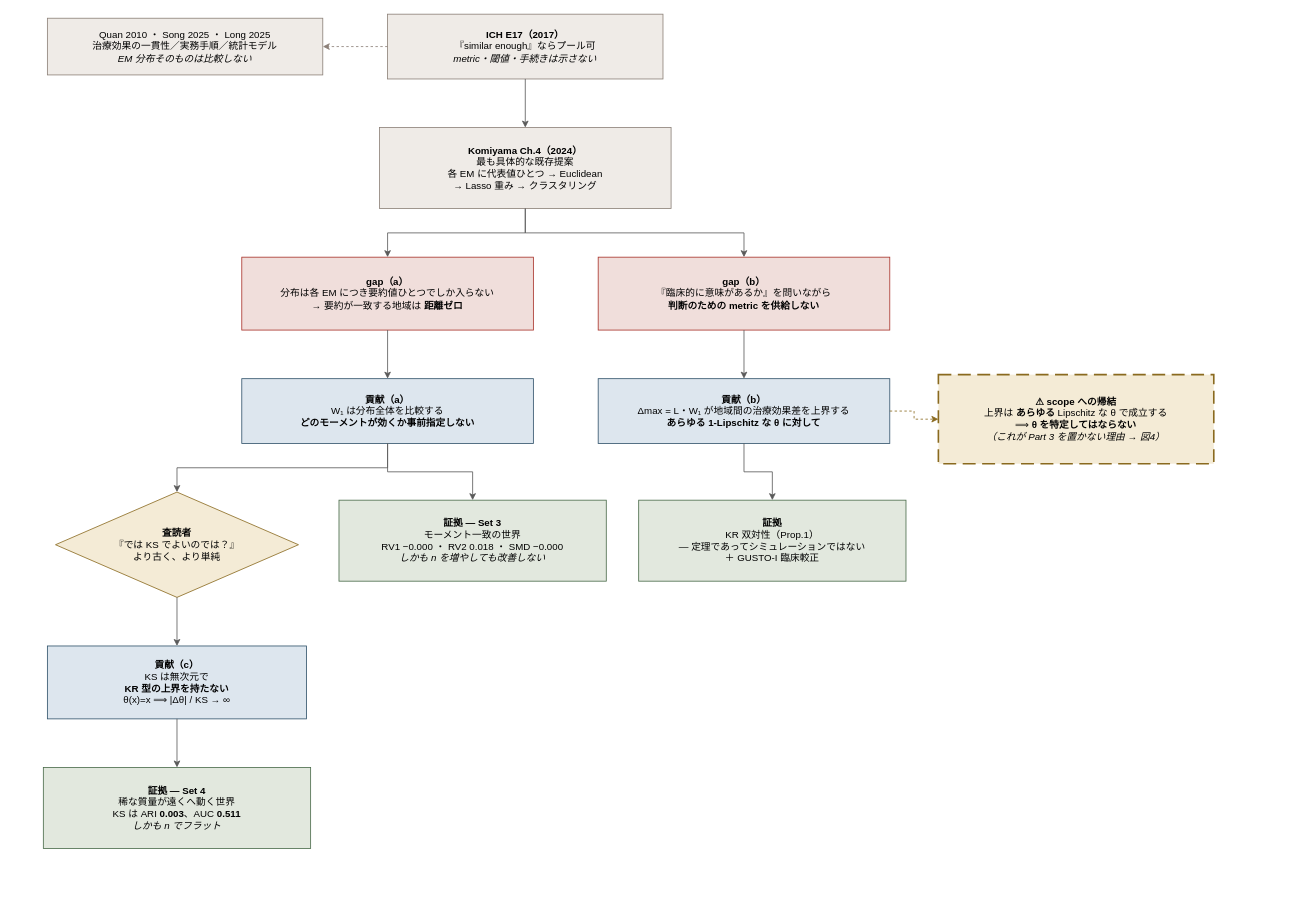
Before: page "図1 論証の鎖" (2 of 7) of projects/similarity-metric/paper_logic_ja.drawio in tnagakubo/similarity_metrics, a draw.io diagram. Source tidied: cells renumbered, new cells numbered last; positions are measured from the earlier drawing's top-left corner, leaving out a move shared by most shapes. Both pictures are drawn from the tidied source at 81%, with x=0, y=0 at pixel (43, 14).
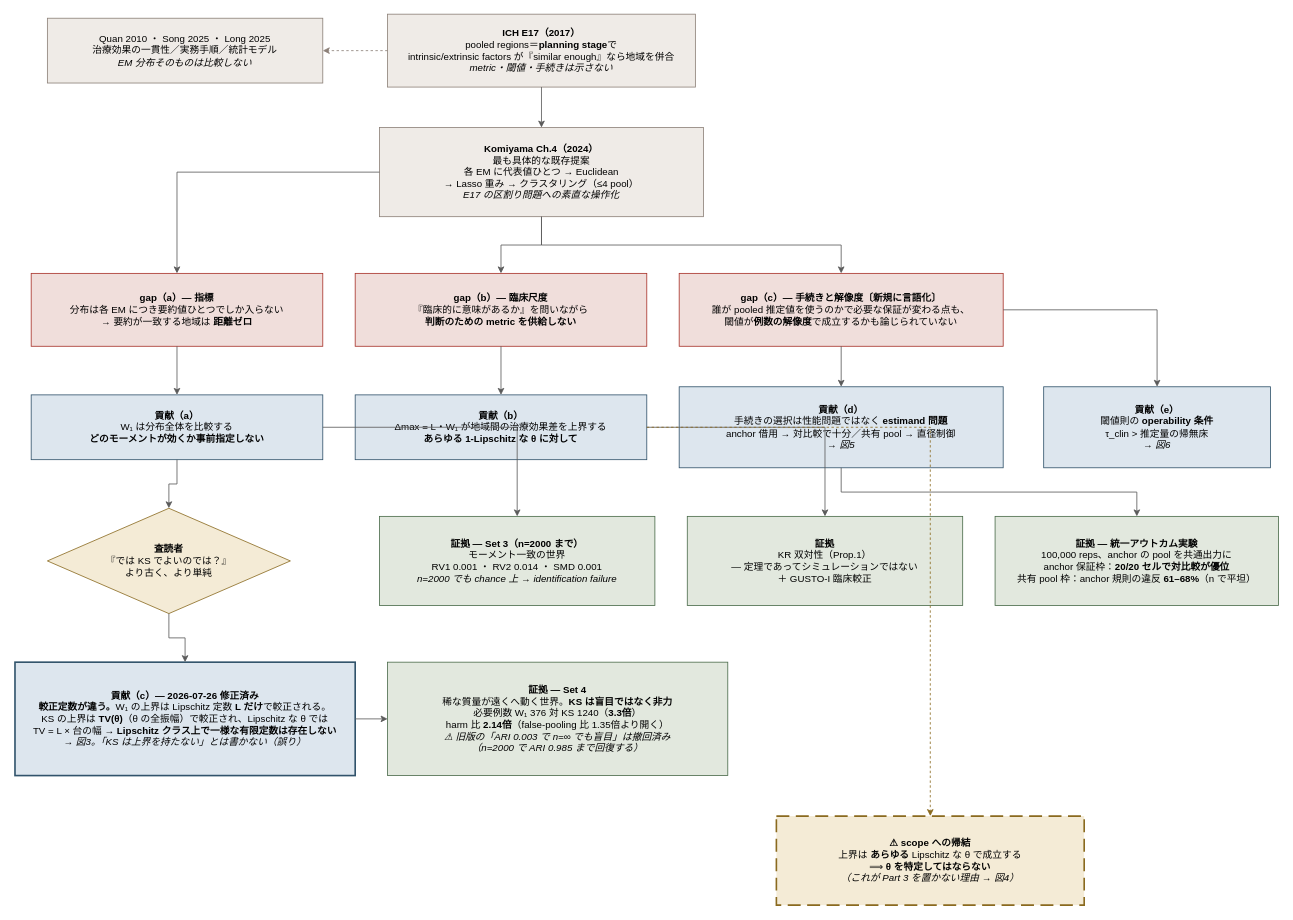
After the change.

Diff of the diagram source:
```diff
@@
-    <mxCell id="2" value="&lt;b&gt;ICH E17（2017）&lt;/b&gt;&lt;br&gt;『similar enough』ならプール可&lt;br&gt;&lt;i&gt;metric・閾値・手続きは示さない&lt;/i&gt;" style="rounded=0;whiteSpace=wrap;html=1;fillColor=#EFEBE7;strokeColor=#8C8078;fontFamily=Yu Gothic;fontSize=12;align=center;verticalAlign=middle;" parent="1" vertex="1">
-      <mxGeometry x="425" width="340" height="80" as="geometry" />
+    <mxCell id="2" value="&lt;b&gt;ICH E17（2017）&lt;/b&gt;&lt;br&gt;pooled regions＝&lt;b&gt;planning stage&lt;/b&gt;で&lt;br&gt;intrinsic/extrinsic factors が『similar enough』なら地域を併合&lt;br&gt;&lt;i&gt;metric・閾値・手続きは示さない&lt;/i&gt;" style="rounded=0;whiteSpace=wrap;html=1;fillColor=#EFEBE7;strokeColor=#8C8078;fontFamily=Yu Gothic;fontSize=12;align=center;verticalAlign=middle;" parent="1" vertex="1">
+      <mxGeometry x="425" width="380" height="90" as="geometry" />
     </mxCell>
     <mxCell id="3" value="Quan 2010 ・ Song 2025 ・ Long 2025&lt;br&gt;治療効果の一貫性／実務手順／統計モデル&lt;br&gt;&lt;i&gt;EM 分布そのものは比較しない&lt;/i&gt;" style="rounded=0;whiteSpace=wrap;html=1;fillColor=#EFEBE7;strokeColor=#8C8078;fontFamily=Yu Gothic;fontSize=12;align=center;" parent="1" vertex="1">
-      <mxGeometry x="5" y="5" width="340" height="70" as="geometry" />
+      <mxGeometry x="5" y="5" width="340" height="80" as="geometry" />
     </mxCell>
-    <mxCell id="4" value="&lt;b&gt;Komiyama Ch.4（2024）&lt;/b&gt;&lt;br&gt;最も具体的な既存提案&lt;br&gt;各 EM に代表値ひとつ → Euclidean&lt;br&gt;→ Lasso 重み → クラスタリング" style="rounded=0;whiteSpace=wrap;html=1;fillColor=#EFEBE7;strokeColor=#8C8078;fontFamily=Yu Gothic;fontSize=12;align=center;" parent="1" vertex="1">
-      <mxGeometry x="415" y="140" width="360" height="100" as="geometry" />
+    <mxCell id="4" value="&lt;b&gt;Komiyama Ch.4（2024）&lt;/b&gt;&lt;br&gt;最も具体的な既存提案&lt;br&gt;各 EM に代表値ひとつ → Euclidean&lt;br&gt;→ Lasso 重み → クラスタリング（≤4 pool）&lt;br&gt;&lt;i&gt;E17 の区割り問題への素直な操作化&lt;/i&gt;" style="rounded=0;whiteSpace=wrap;html=1;fillColor=#EFEBE7;strokeColor=#8C8078;fontFamily=Yu Gothic;fontSize=12;align=center;" parent="1" vertex="1">
+      <mxGeometry x="415" y="140" width="400" height="110" as="geometry" />
     </mxCell>
-    <mxCell id="5" value="&lt;b&gt;gap（a）&lt;/b&gt;&lt;br&gt;分布は各 EM につき要約値ひとつでしか入らない&lt;br&gt;→ 要約が一致する地域は &lt;b&gt;距離ゼロ&lt;/b&gt;" style="rounded=0;whiteSpace=wrap;html=1;fillColor=#F0DEDB;strokeColor=#A8322A;fontFamily=Yu Gothic;fontSize=12;align=center;" parent="1" vertex="1">
-      <mxGeometry x="245" y="300" width="360" height="90" as="geometry" />
+    <mxCell id="5" value="&lt;b&gt;gap（a）— 指標&lt;/b&gt;&lt;br&gt;分布は各 EM につき要約値ひとつでしか入らない&lt;br&gt;→ 要約が一致する地域は &lt;b&gt;距離ゼロ&lt;/b&gt;" style="rounded=0;whiteSpace=wrap;html=1;fillColor=#F0DEDB;strokeColor=#A8322A;fontFamily=Yu Gothic;fontSize=12;align=center;" parent="1" vertex="1">
+      <mxGeometry x="-15" y="320" width="360" height="90" as="geometry" />
     </mxCell>
-    <mxCell id="6" value="&lt;b&gt;gap（b）&lt;/b&gt;&lt;br&gt;『臨床的に意味があるか』を問いながら&lt;br&gt;&lt;b&gt;判断のための metric を供給しない&lt;/b&gt;" style="rounded=0;whiteSpace=wrap;html=1;fillColor=#F0DEDB;strokeColor=#A8322A;fontFamily=Yu Gothic;fontSize=12;align=center;" parent="1" vertex="1">
-      <mxGeometry x="685" y="300" width="360" height="90" as="geometry" />
+    <mxCell id="6" value="&lt;b&gt;gap（b）— 臨床尺度&lt;/b&gt;&lt;br&gt;『臨床的に意味があるか』を問いながら&lt;br&gt;&lt;b&gt;判断のための metric を供給しない&lt;/b&gt;" style="rounded=0;whiteSpace=wrap;html=1;fillColor=#F0DEDB;strokeColor=#A8322A;fontFamily=Yu Gothic;fontSize=12;align=center;" parent="1" vertex="1">
+      <mxGeometry x="385" y="320" width="360" height="90" as="geometry" />
     </mxCell>
+    <mxCell id="27" value="&lt;b&gt;gap（c）— 手続きと解像度〔新規に言語化〕&lt;/b&gt;&lt;br&gt;誰が pooled 推定値を使うのかで必要な保証が変わる点も、&lt;br&gt;閾値が&lt;b&gt;例数の解像度&lt;/b&gt;で成立するかも論じられていない" style="rounded=0;whiteSpace=wrap;html=1;fillColor=#F0DEDB;strokeColor=#A8322A;fontFamily=Yu Gothic;fontSize=12;align=center;" parent="1" vertex="1">
+      <mxGeometry x="785" y="320" width="400" height="90" as="geometry" />
+    </mxCell>
     <mxCell id="7" value="&lt;b&gt;貢献（a）&lt;/b&gt;&lt;br&gt;W₁ は分布全体を比較する&lt;br&gt;&lt;b&gt;どのモーメントが効くか事前指定しない&lt;/b&gt;" style="rounded=0;whiteSpace=wrap;html=1;fillColor=#DDE6EE;strokeColor=#31536B;fontFamily=Yu Gothic;fontSize=12;align=center;" parent="1" vertex="1">
-      <mxGeometry x="245" y="450" width="360" height="80" as="geometry" />
+      <mxGeometry x="-15" y="470" width="360" height="80" as="geometry" />
     </mxCell>
     <mxCell id="8" value="&lt;b&gt;貢献（b）&lt;/b&gt;&lt;br&gt;Δmax = L・W₁ が地域間の治療効果差を上界する&lt;br&gt;&lt;b&gt;あらゆる 1-Lipschitz な θ に対して&lt;/b&gt;" style="rounded=0;whiteSpace=wrap;html=1;fillColor=#DDE6EE;strokeColor=#31536B;fontFamily=Yu Gothic;fontSize=12;align=center;" parent="1" vertex="1">
-      <mxGeometry x="685" y="450" width="360" height="80" as="geometry" />
+      <mxGeometry x="385" y="470" width="360" height="80" as="geometry" />
     </mxCell>
+    <mxCell id="28" value="&lt;b&gt;貢献（d）&lt;/b&gt;&lt;br&gt;手続きの選択は性能問題ではなく &lt;b&gt;estimand 問題&lt;/b&gt;&lt;br&gt;anchor 借用 → 対比較で十分／共有 pool → 直径制御&lt;br&gt;&lt;i&gt;→ 図5&lt;/i&gt;" style="rounded=0;whiteSpace=wrap;html=1;fillColor=#DDE6EE;strokeColor=#31536B;fontFamily=Yu Gothic;fontSize=12;align=center;" parent="1" vertex="1">
+      <mxGeometry x="785" y="460" width="400" height="100" as="geometry" />
+    </mxCell>
+    <mxCell id="29" value="&lt;b&gt;貢献（e）&lt;/b&gt;&lt;br&gt;閾値則の &lt;b&gt;operability 条件&lt;/b&gt;&lt;br&gt;τ_clin &gt; 推定量の帰無床&lt;br&gt;&lt;i&gt;→ 図6&lt;/i&gt;" style="rounded=0;whiteSpace=wrap;html=1;fillColor=#DDE6EE;strokeColor=#31536B;fontFamily=Yu Gothic;fontSize=12;align=center;" parent="1" vertex="1">
+      <mxGeometry x="1235" y="460" width="280" height="100" as="geometry" />
+    </mxCell>
     <mxCell id="9" value="&lt;b&gt;査読者&lt;/b&gt;&lt;br&gt;『では KS でよいのでは？』&lt;br&gt;より古く、より単純" style="rhombus;whiteSpace=wrap;html=1;fillColor=#F4EBD6;strokeColor=#8A6A1F;fontFamily=Yu Gothic;fontSize=12;align=center;" parent="1" vertex="1">
-      <mxGeometry x="15" y="590" width="300" height="130" as="geometry" />
+      <mxGeometry x="5" y="610" width="300" height="130" as="geometry" />
     </mxCell>
-    <mxCell id="10" value="&lt;b&gt;貢献（c）&lt;/b&gt;&lt;br&gt;KS は無次元で&lt;br&gt;&lt;b&gt;KR 型の上界を持たない&lt;/b&gt;&lt;br&gt;θ(x)=x ⟹ |Δθ| / KS → ∞" style="rounded=0;whiteSpace=wrap;html=1;fillColor=#DDE6EE;strokeColor=#31536B;fontFamily=Yu Gothic;fontSize=12;align=center;" parent="1" vertex="1">
-      <mxGeometry x="5" y="780" width="320" height="90" as="geometry" />
+    <mxCell id="10" value="&lt;b&gt;貢献（c）— 2026-07-26 修正済み&lt;/b&gt;&lt;br&gt;&lt;b&gt;較正定数が違う。&lt;/b&gt;W₁ の上界は Lipschitz 定数 &lt;b&gt;L だけ&lt;/b&gt;で較正される。&lt;br&gt;KS の上界は &lt;b&gt;TV(θ)&lt;/b&gt;（θ の全振幅）で較正され、Lipschitz な θ では&lt;br&gt;TV = L × 台の幅 → &lt;b&gt;Lipschitz クラス上で一様な有限定数は存在しない&lt;/b&gt;&lt;br&gt;&lt;i&gt;→ 図3。「KS は上界を持たない」とは書かない（誤り）&lt;/i&gt;" style="rounded=0;whiteSpace=wrap;html=1;fillColor=#DDE6EE;strokeColor=#31536B;strokeWidth=2;fontFamily=Yu Gothic;fontSize=12;align=center;" parent="1" vertex="1">
+      <mxGeometry x="-35" y="800" width="420" height="140" as="geometry" />
     </mxCell>
-    <mxCell id="11" value="&lt;b&gt;証拠 — Set 3&lt;/b&gt;&lt;br&gt;モーメント一致の世界&lt;br&gt;RV1 −0.000 ・ RV2 0.018 ・ SMD −0.000&lt;br&gt;&lt;i&gt;しかも n を増やしても改善しない&lt;/i&gt;" style="rounded=0;whiteSpace=wrap;html=1;fillColor=#E2E8DE;strokeColor=#4A6B4A;fontFamily=Yu Gothic;fontSize=12;align=center;" parent="1" vertex="1">
-      <mxGeometry x="365" y="600" width="330" height="100" as="geometry" />
+    <mxCell id="11" value="&lt;b&gt;証拠 — Set 3（n=2000 まで）&lt;/b&gt;&lt;br&gt;モーメント一致の世界&lt;br&gt;RV1 0.001 ・ RV2 0.014 ・ SMD 0.001&lt;br&gt;&lt;i&gt;n=2000 でも chance 上 → identification failure&lt;/i&gt;" style="rounded=0;whiteSpace=wrap;html=1;fillColor=#E2E8DE;strokeColor=#4A6B4A;fontFamily=Yu Gothic;fontSize=12;align=center;" parent="1" vertex="1">
+      <mxGeometry x="415" y="620" width="340" height="110" as="geometry" />
     </mxCell>
     <mxCell id="12" value="&lt;b&gt;証拠&lt;/b&gt;&lt;br&gt;KR 双対性（Prop.1）&lt;br&gt;— 定理であってシミュレーションではない&lt;br&gt;＋ GUSTO-I 臨床較正" style="rounded=0;whiteSpace=wrap;html=1;fillColor=#E2E8DE;strokeColor=#4A6B4A;fontFamily=Yu Gothic;fontSize=12;align=center;" parent="1" vertex="1">
-      <mxGeometry x="735" y="600" width="330" height="100" as="geometry" />
+      <mxGeometry x="795" y="620" width="340" height="110" as="geometry" />
     </mxCell>
+    <mxCell id="30" value="&lt;b&gt;証拠 — 統一アウトカム実験&lt;/b&gt;&lt;br&gt;100,000 reps、anchor の pool を共通出力に&lt;br&gt;anchor 保証枠：&lt;b&gt;20/20 セルで対比較が優位&lt;/b&gt;&lt;br&gt;共有 pool 枠：anchor 規則の違反 &lt;b&gt;61–68%&lt;/b&gt;（n で平坦）" style="rounded=0;whiteSpace=wrap;html=1;fillColor=#E2E8DE;strokeColor=#4A6B4A;fontFamily=Yu Gothic;fontSize=12;align=center;" parent="1" vertex="1">
+      <mxGeometry x="1175" y="620" width="350" height="110" as="geometry" />
+    </mxCell>
-    <mxCell id="13" value="&lt;b&gt;証拠 — Set 4&lt;/b&gt;&lt;br&gt;稀な質量が遠くへ動く世界&lt;br&gt;KS は ARI &lt;b&gt;0.003&lt;/b&gt;、AUC &lt;b&gt;0.511&lt;/b&gt;&lt;br&gt;&lt;i&gt;しかも n でフラット&lt;/i&gt;" style="rounded=0;whiteSpace=wrap;html=1;fillColor=#E2E8DE;strokeColor=#4A6B4A;fontFamily=Yu Gothic;fontSize=12;align=center;" parent="1" vertex="1">
-      <mxGeometry y="930" width="330" height="100" as="geometry" />
+    <mxCell id="13" value="&lt;b&gt;証拠 — Set 4&lt;/b&gt;&lt;br&gt;稀な質量が遠くへ動く世界。&lt;b&gt;KS は盲目ではなく非力&lt;/b&gt;&lt;br&gt;必要例数 W₁ 376 対 KS 1240（&lt;b&gt;3.3倍&lt;/b&gt;）&lt;br&gt;harm 比 &lt;b&gt;2.14倍&lt;/b&gt;（false-pooling 比 1.35倍より開く）&lt;br&gt;&lt;i&gt;⚠ 旧版の「ARI 0.003 で n=∞ でも盲目」は撤回済み&lt;br&gt;（n=2000 で ARI 0.985 まで回復する）&lt;/i&gt;" style="rounded=0;whiteSpace=wrap;html=1;fillColor=#E2E8DE;strokeColor=#4A6B4A;fontFamily=Yu Gothic;fontSize=12;align=center;" parent="1" vertex="1">
+      <mxGeometry x="425" y="800" width="420" height="140" as="geometry" />
     </mxCell>
     <mxCell id="14" value="&lt;b&gt;⚠ scope への帰結&lt;/b&gt;&lt;br&gt;上界は &lt;b&gt;あらゆる&lt;/b&gt; Lipschitz な θ で成立する&lt;br&gt;⟹ &lt;b&gt;θ を特定してはならない&lt;/b&gt;&lt;br&gt;&lt;i&gt;（これが Part 3 を置かない理由 → 図4）&lt;/i&gt;" style="rounded=0;whiteSpace=wrap;html=1;fillColor=#F4EBD6;strokeColor=#8A6A1F;strokeWidth=2;dashed=1;dashPattern=8 4;fontFamily=Yu Gothic;fontSize=12;align=center;" parent="1" vertex="1">
-      <mxGeometry x="1105" y="445" width="340" height="110" as="geometry" />
+      <mxGeometry x="905" y="990" width="380" height="110" as="geometry" />
     </mxCell>
@@
+    <mxCell id="31" style="edgeStyle=orthogonalEdgeStyle;rounded=0;html=1;strokeColor=#5A5A5A;" parent="1" edge="1" source="4" target="27">
+      <mxGeometry relative="1" as="geometry" />
+    </mxCell>
@@
+    <mxCell id="32" style="edgeStyle=orthogonalEdgeStyle;rounded=0;html=1;strokeColor=#5A5A5A;" parent="1" edge="1" source="27" target="28">
+      <mxGeometry relative="1" as="geometry" />
+    </mxCell>
+    <mxCell id="33" style="edgeStyle=orthogonalEdgeStyle;rounded=0;html=1;strokeColor=#5A5A5A;" parent="1" edge="1" source="27" target="29">
+      <mxGeometry relative="1" as="geometry" />
+    </mxCell>
@@
+    <mxCell id="34" style="edgeStyle=orthogonalEdgeStyle;rounded=0;html=1;strokeColor=#5A5A5A;" parent="1" edge="1" source="28" target="30">
+      <mxGeometry relative="1" as="geometry" />
+    </mxCell>
```
